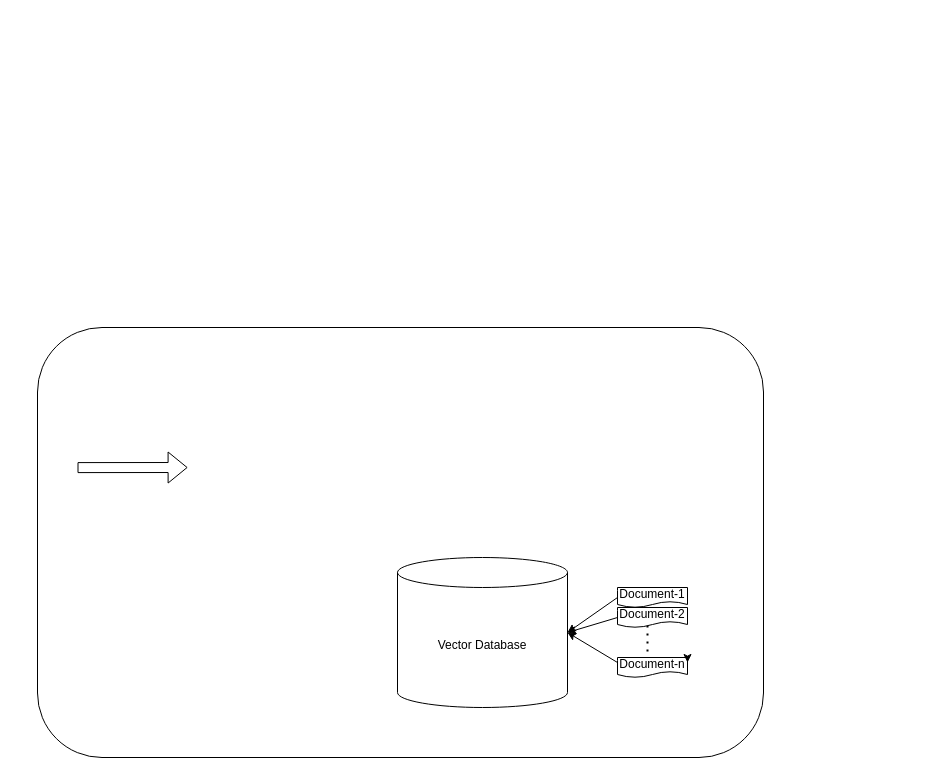
lakshmikanthgr/DocumentScanner_RAG_on_GoogleCoalab keeps this draw.io diagram as Architecture.drawio. Above is the earlier version. Source tidied: cells renumbered, new cells numbered last; positions are measured from the earlier drawing's top-left corner, leaving out a move shared by most shapes. Both pictures are drawn from the tidied source at 100%, with x=0, y=0 at pixel (37, 327).
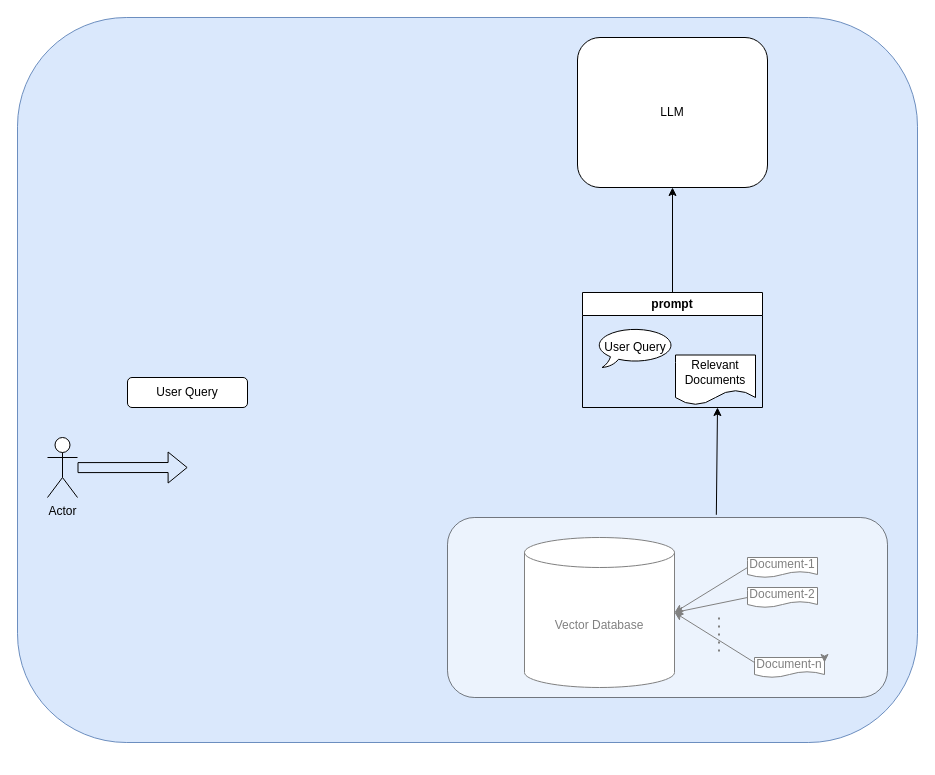
Above is the later version.

The edit, as a diff of the source:
```diff
@@
-    <mxCell id="2" style="rounded=1;whiteSpace=wrap;html=1;" parent="1" vertex="1">
-      <mxGeometry width="726" height="430" as="geometry" />
+    <mxCell id="2" style="rounded=1;whiteSpace=wrap;html=1;fillColor=#dae8fc;strokeColor=#6c8ebf;" parent="1" vertex="1">
+      <mxGeometry x="-20" y="-310" width="900" height="725" as="geometry" />
     </mxCell>
     <mxCell id="3" value="Vector Database" style="shape=cylinder3;whiteSpace=wrap;html=1;boundedLbl=1;backgroundOutline=1;size=15;" parent="1" vertex="1">
-      <mxGeometry x="360" y="230" width="170" height="150" as="geometry" />
+      <mxGeometry x="487" y="210" width="150" height="150" as="geometry" />
     </mxCell>
@@
     <mxCell id="5" value="Document-1" style="shape=document;whiteSpace=wrap;html=1;boundedLbl=1;" parent="1" vertex="1">
-      <mxGeometry x="580" y="260" width="70" height="20" as="geometry" />
+      <mxGeometry x="710" y="230" width="70" height="20" as="geometry" />
     </mxCell>
     <mxCell id="6" value="Document-n" style="shape=document;whiteSpace=wrap;html=1;boundedLbl=1;" parent="1" vertex="1">
-      <mxGeometry x="580" y="330" width="70" height="20" as="geometry" />
+      <mxGeometry x="717" y="330" width="70" height="20" as="geometry" />
     </mxCell>
@@
     <mxCell id="8" style="endArrow=none;dashed=1;html=1;dashPattern=1 3;strokeWidth=2;rounded=0;exitX=0.429;exitY=0.5;exitDx=0;exitDy=0;exitPerimeter=0;" parent="1" edge="1">
       <mxGeometry relative="1" as="geometry">
-        <mxPoint x="610" y="290" as="sourcePoint" />
-        <mxPoint x="610" y="330" as="targetPoint" />
+        <mxPoint x="681.5" y="290" as="sourcePoint" />
+        <mxPoint x="681.5" y="330" as="targetPoint" />
       </mxGeometry>
     </mxCell>
     <mxCell id="9" value="Document-2" style="shape=document;whiteSpace=wrap;html=1;boundedLbl=1;" parent="1" vertex="1">
-      <mxGeometry x="580" y="280" width="70" height="20" as="geometry" />
+      <mxGeometry x="710" y="260" width="70" height="20" as="geometry" />
     </mxCell>
@@
+    <mxCell id="13" value="LLM" style="rounded=1;whiteSpace=wrap;html=1;" parent="1" vertex="1">
+      <mxGeometry x="540" y="-290" width="190" height="150" as="geometry" />
+    </mxCell>
+    <mxCell id="14" value="Actor" style="shape=umlActor;verticalLabelPosition=bottom;verticalAlign=top;html=1;" parent="1" vertex="1">
+      <mxGeometry x="10" y="110" width="30" height="60" as="geometry" />
+    </mxCell>
+    <mxCell id="15" value="prompt" style="swimlane;whiteSpace=wrap;html=1;" parent="1" vertex="1">
+      <mxGeometry x="545" y="-35" width="180" height="115" as="geometry" />
+    </mxCell>
+    <mxCell id="16" value="User Query" style="whiteSpace=wrap;html=1;shape=mxgraph.basic.oval_callout;" parent="15" vertex="1">
+      <mxGeometry x="13" y="35" width="80" height="40" as="geometry" />
+    </mxCell>
+    <mxCell id="17" value="Relevant Documents" style="shape=document;whiteSpace=wrap;html=1;boundedLbl=1;" parent="15" vertex="1">
+      <mxGeometry x="93" y="62.5" width="80" height="50" as="geometry" />
+    </mxCell>
+    <mxCell id="18" value="User Query" style="rounded=1;whiteSpace=wrap;html=1;" parent="1" vertex="1">
+      <mxGeometry x="90" y="50" width="120" height="30" as="geometry" />
+    </mxCell>
+    <mxCell id="19" style="endArrow=classic;html=1;rounded=0;exitX=0.5;exitY=0;exitDx=0;exitDy=0;entryX=0.5;entryY=1;entryDx=0;entryDy=0;" parent="1" edge="1" source="15" target="13">
+      <mxGeometry relative="1" as="geometry" />
+    </mxCell>
+    <mxCell id="20" style="rounded=1;whiteSpace=wrap;html=1;opacity=50;" parent="1" vertex="1">
+      <mxGeometry x="410" y="190" width="440" height="180" as="geometry" />
+    </mxCell>
+    <mxCell id="21" style="endArrow=classic;html=1;rounded=0;exitX=0.611;exitY=-0.015;exitDx=0;exitDy=0;exitPerimeter=0;" parent="1" edge="1" source="20">
+      <mxGeometry relative="1" as="geometry">
+        <mxPoint x="680" y="80" as="targetPoint" />
+      </mxGeometry>
+    </mxCell>
```
